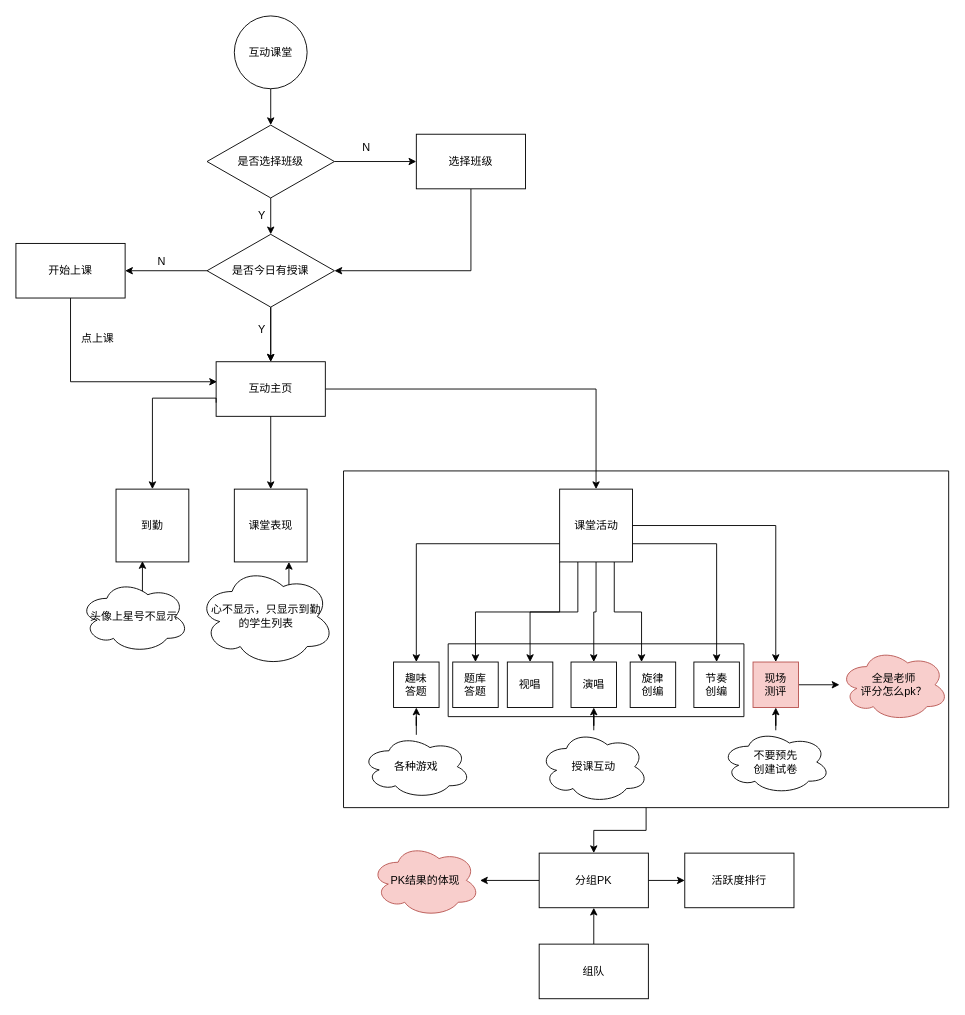
Before: 未命名绘图.drawio in lhj2016/test, a draw.io diagram. Source tidied: cells renumbered, new cells numbered last; positions are measured from the earlier drawing's top-left corner, leaving out a move shared by most shapes. Both pictures are drawn from the tidied source at 91%, with x=0, y=0 at pixel (15, 15).
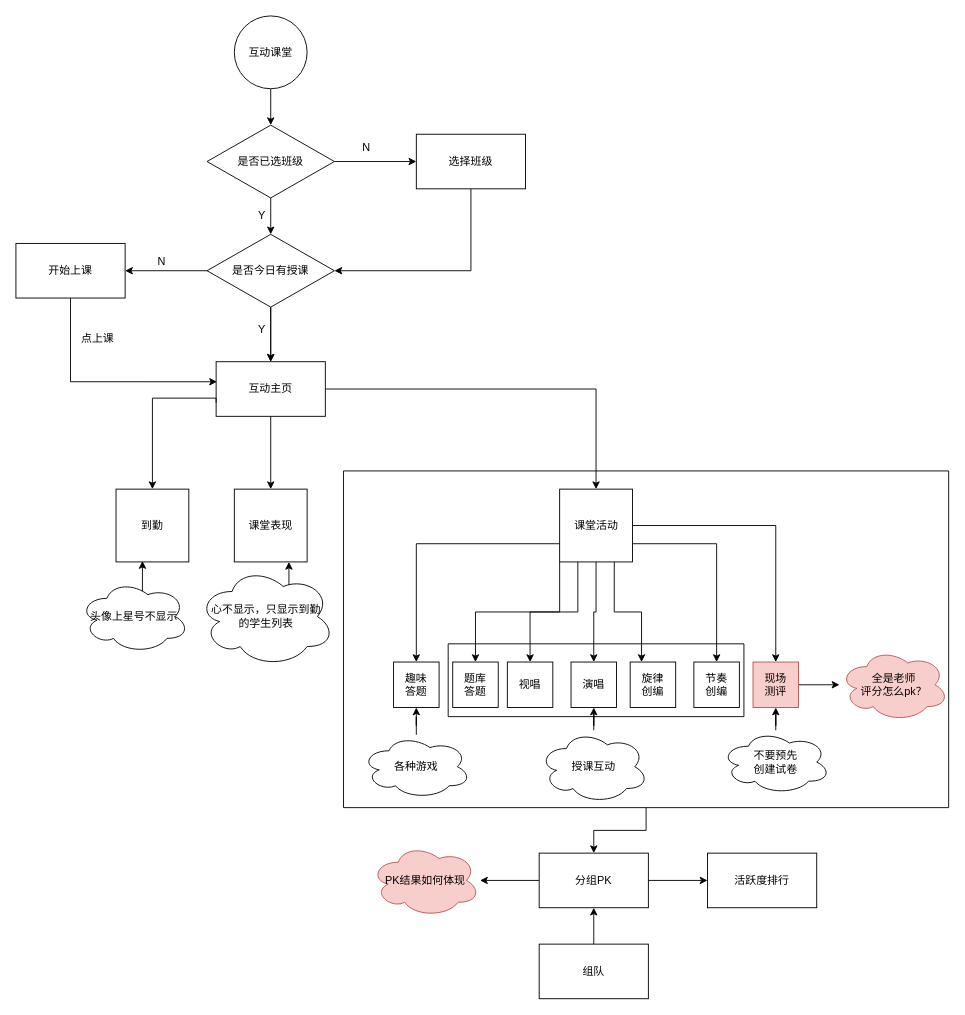
Above is the later version.

Commit message:
更新未命名绘图.drawio

Diff of the diagram source:
```diff
@@
-    <mxCell id="6" value="是否选择班级" style="rhombus;whiteSpace=wrap;html=1;" parent="1" vertex="1">
+    <mxCell id="6" value="是否已选班级" style="rhombus;whiteSpace=wrap;html=1;" parent="1" vertex="1">
       <mxGeometry x="210" y="120" width="140" height="80" as="geometry" />
     </mxCell>
@@
     <mxCell id="55" value="活跃度排行" style="whiteSpace=wrap;html=1;" parent="1" vertex="1">
-      <mxGeometry x="735" y="920" width="120" height="60" as="geometry" />
+      <mxGeometry x="760" y="920" width="120" height="60" as="geometry" />
     </mxCell>
@@
-    <mxCell id="61" value="PK结果的体现" style="ellipse;shape=cloud;whiteSpace=wrap;html=1;fillColor=#f8cecc;strokeColor=#b85450;" parent="1" vertex="1">
+    <mxCell id="61" value="PK结果如何体现" style="ellipse;shape=cloud;whiteSpace=wrap;html=1;fillColor=#f8cecc;strokeColor=#b85450;" parent="1" vertex="1">
       <mxGeometry x="390" y="910" width="120" height="80" as="geometry" />
     </mxCell>
```
